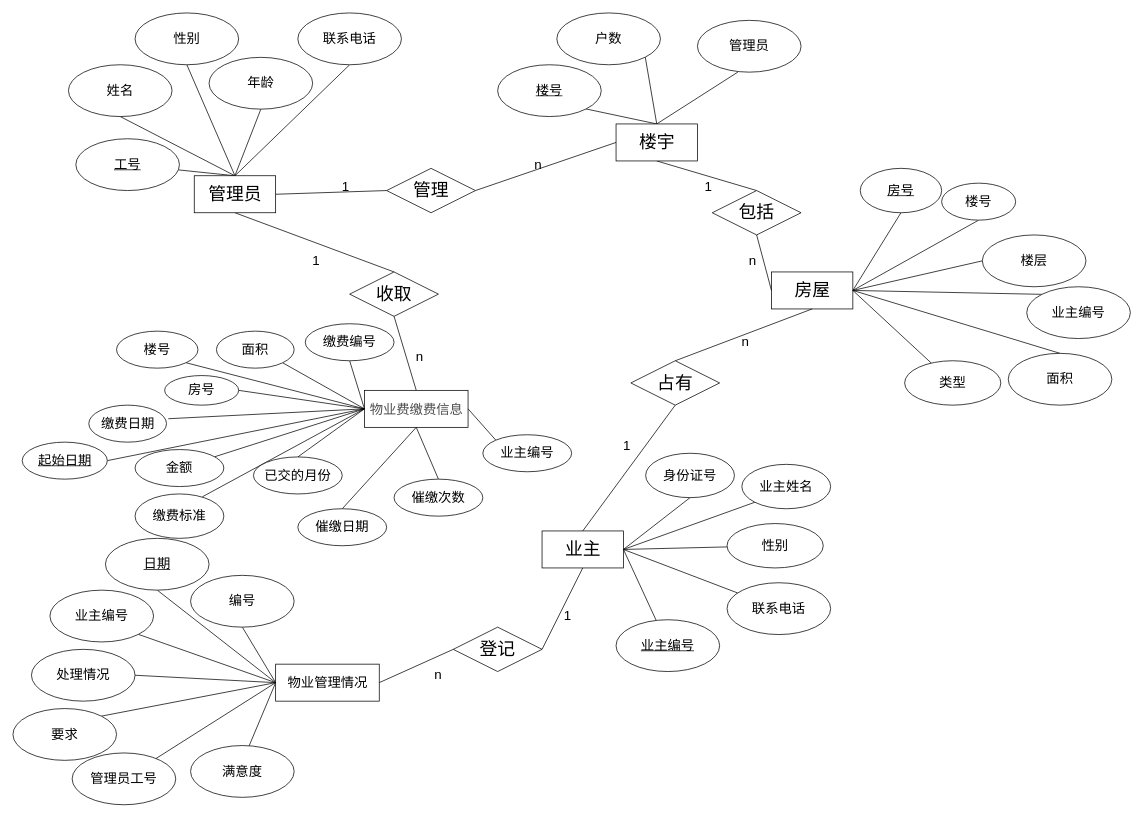
Earlier version of the draw.io diagram Untitled Diagram.drawio (lidsu/Gulimall). Source tidied: cells renumbered, new cells numbered last; positions are measured from the earlier drawing's top-left corner, leaving out a move shared by most shapes. Both pictures are drawn from the tidied source at 74%, with x=0, y=0 at pixel (13, 13).
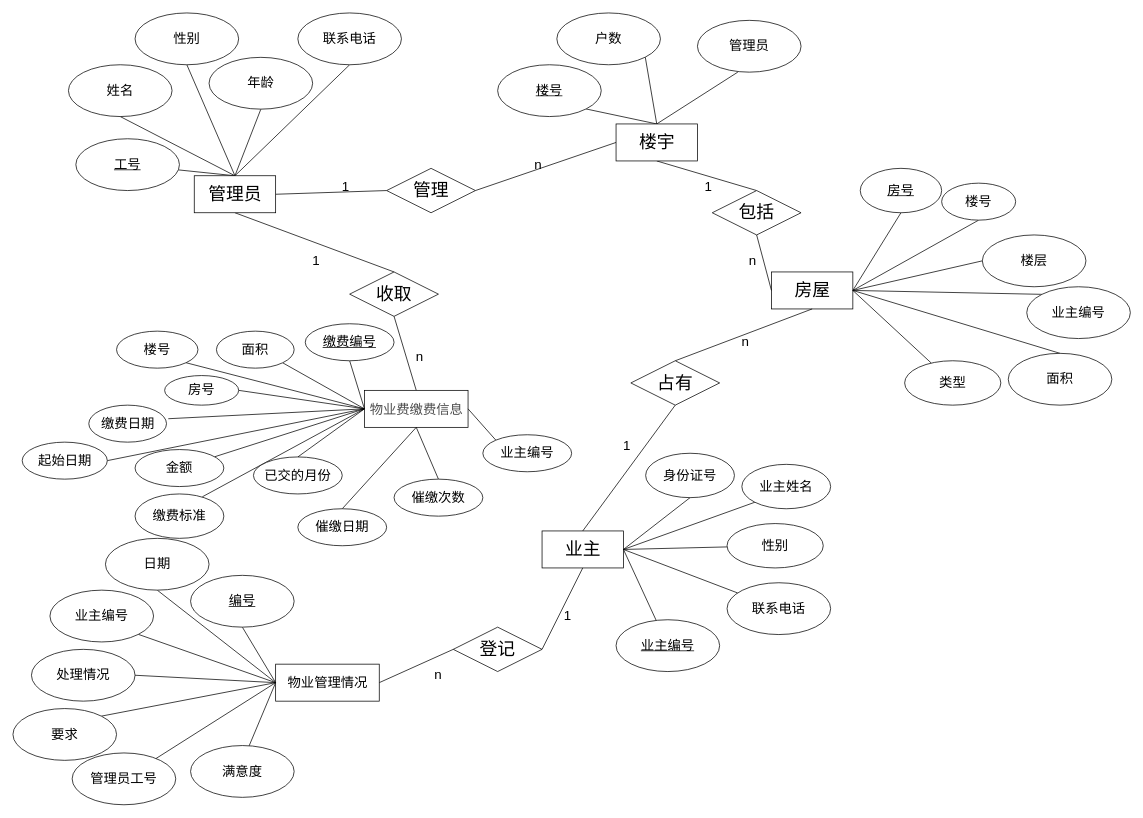
Above is the later version.

The edit, as a diff of the source:
```diff
@@
-    <mxCell id="39" value="&lt;u&gt;起始日期&lt;/u&gt;" style="ellipse;whiteSpace=wrap;html=1;fontSize=18;" parent="1" vertex="1">
+    <mxCell id="39" value="起始日期" style="ellipse;whiteSpace=wrap;html=1;fontSize=18;" parent="1" vertex="1">
       <mxGeometry x="12.5" y="580" width="115" height="50" as="geometry" />
     </mxCell>
@@
-    <mxCell id="68" value="&lt;u&gt;日期&lt;/u&gt;" style="ellipse;whiteSpace=wrap;html=1;fontSize=18;" parent="1" vertex="1">
+    <mxCell id="68" value="日期" style="ellipse;whiteSpace=wrap;html=1;fontSize=18;" parent="1" vertex="1">
       <mxGeometry x="125" y="710" width="140" height="70" as="geometry" />
     </mxCell>
@@
-    <mxCell id="96" value="编号" style="ellipse;whiteSpace=wrap;html=1;fontSize=18;" parent="1" vertex="1">
+    <mxCell id="96" value="&lt;u&gt;编号&lt;/u&gt;" style="ellipse;whiteSpace=wrap;html=1;fontSize=18;" parent="1" vertex="1">
       <mxGeometry x="240" y="760" width="140" height="70" as="geometry" />
     </mxCell>
@@
-    <mxCell id="98" value="缴费编号" style="ellipse;whiteSpace=wrap;html=1;fontSize=18;" parent="1" vertex="1">
+    <mxCell id="98" value="&lt;u&gt;缴费编号&lt;/u&gt;" style="ellipse;whiteSpace=wrap;html=1;fontSize=18;" parent="1" vertex="1">
       <mxGeometry x="395" y="420" width="120" height="50" as="geometry" />
     </mxCell>
```
